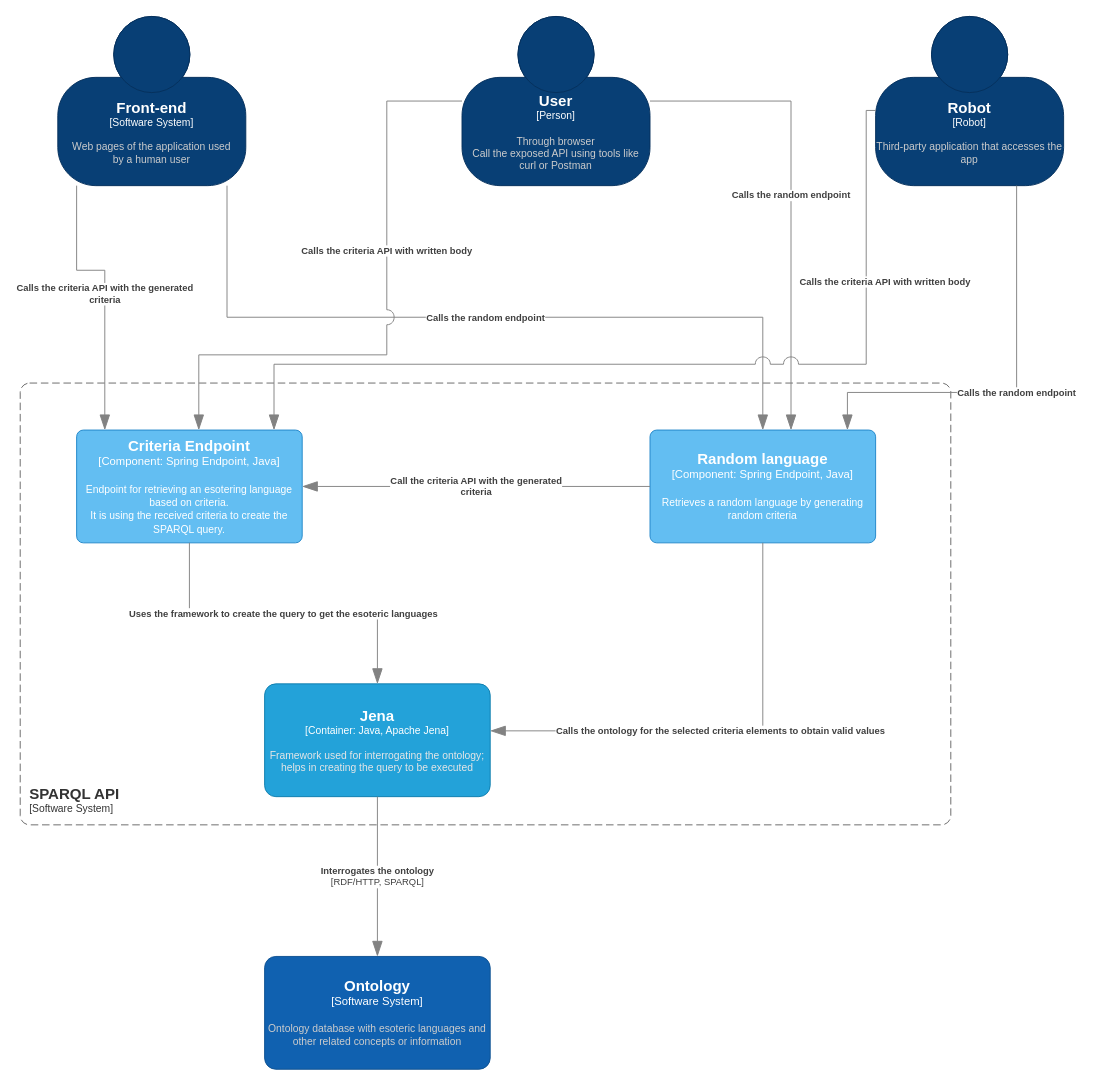
The draw.io diagram documentation/diagrams/sources/c4_third_level_sparql.drawio in RiZZeR99/RiZZeR99.WADeEsotericLanguage.github.io, before the edit. Source tidied: cells renumbered, new cells numbered last; positions are measured from the earlier drawing's top-left corner, leaving out a move shared by most shapes. Both pictures are drawn from the tidied source at 94%, with x=0, y=0 at pixel (20, 16).
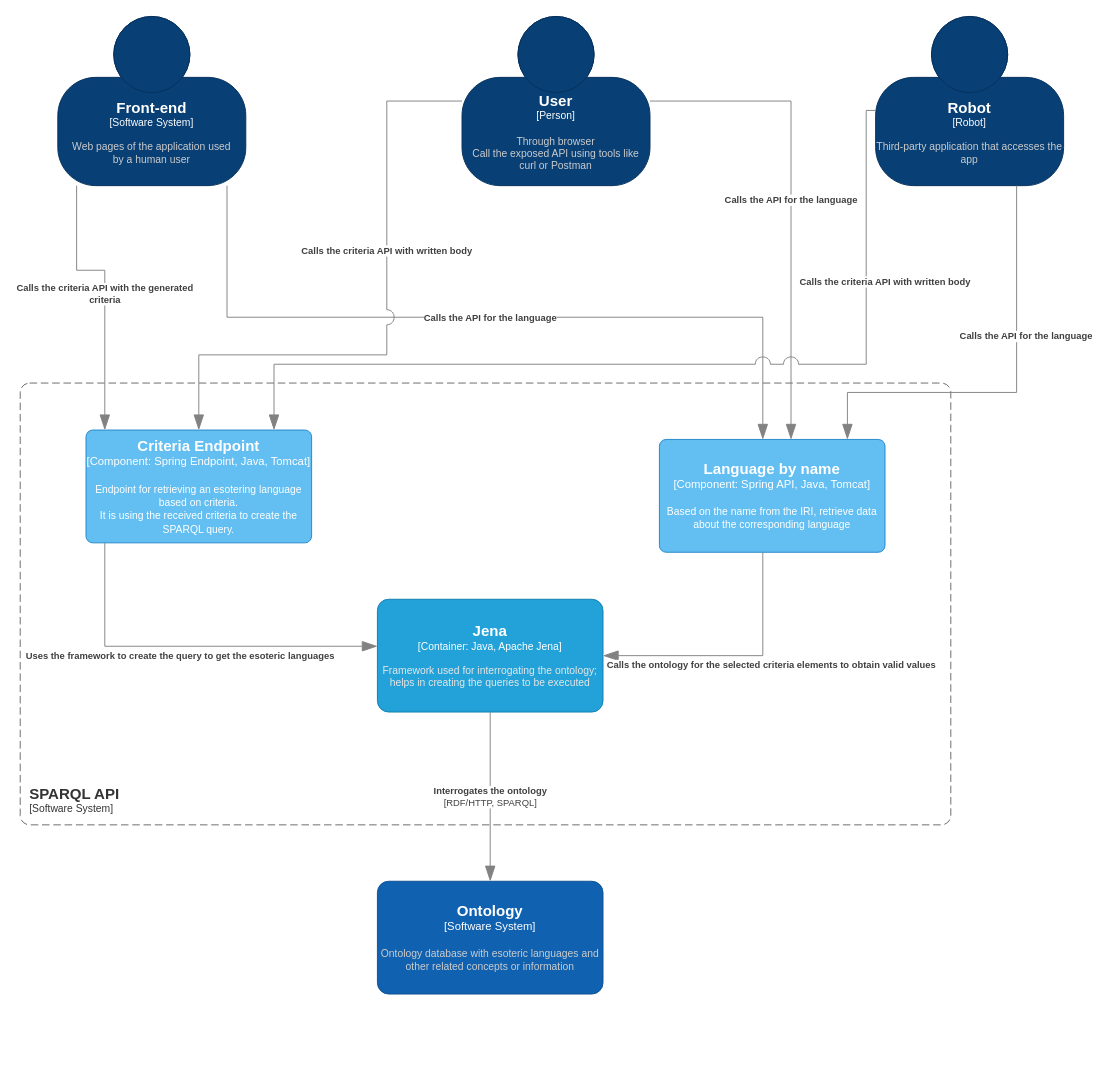
After the change.

Unchanged cells that the change refers to:
```xml
<object id="11" label="&lt;font style=&quot;font-size: 16px&quot;&gt;&lt;b&gt;%c4Name%&lt;/b&gt;&lt;/font&gt;&lt;div&gt;[%c4Type%]&lt;/div&gt;&lt;br&gt;&lt;div&gt;&lt;font style=&quot;font-size: 11px&quot;&gt;&lt;font color=&quot;#cccccc&quot;&gt;%c4Description%&lt;/font&gt;&lt;/div&gt;" c4Description="Third-party application that accesses the app" c4Name="Robot" c4Type="Robot" placeholders="1">
  <mxCell style="html=1;fontSize=11;dashed=0;whiteSpace=wrap;fillColor=#083F75;strokeColor=#06315C;fontColor=#ffffff;shape=mxgraph.c4.person2;align=center;points=[[0.5,0,0],[1,0.5,0],[1,0.75,0],[0.75,1,0],[0.5,1,0],[0.25,1,0],[0,0.75,0],[0,0.5,0]];" parent="1" vertex="1">
    <mxGeometry x="910" width="200" height="180" as="geometry" />
  </mxCell>
</object>
<object id="12" label="&lt;font style=&quot;font-size: 16px&quot;&gt;&lt;b&gt;%c4Name%&lt;/b&gt;&lt;/font&gt;&lt;div&gt;[%c4Type%]&lt;/div&gt;&lt;br&gt;&lt;div&gt;&lt;font style=&quot;font-size: 11px&quot;&gt;&lt;font color=&quot;#cccccc&quot;&gt;%c4Description%&lt;/font&gt;&lt;/div&gt;" c4Description="Web pages of the application used &#10;by a human user" c4Name="Front-end" c4Type="Software System" placeholders="1">
  <mxCell style="html=1;fontSize=11;dashed=0;whiteSpace=wrap;fillColor=#083F75;strokeColor=#06315C;fontColor=#ffffff;shape=mxgraph.c4.person2;align=center;points=[[0.5,0,0],[1,0.5,0],[1,0.75,0],[0.75,1,0],[0.5,1,0],[0.25,1,0],[0,0.75,0],[0,0.5,0]];" parent="1" vertex="1">
    <mxGeometry x="40" width="200" height="180" as="geometry" />
  </mxCell>
</object>
<object id="13" label="&lt;font style=&quot;font-size: 16px&quot;&gt;&lt;b&gt;%c4Name%&lt;/b&gt;&lt;/font&gt;&lt;div&gt;[%c4Type%]&lt;/div&gt;&lt;br&gt;&lt;div&gt;&lt;font style=&quot;font-size: 11px&quot;&gt;&lt;font color=&quot;#cccccc&quot;&gt;%c4Description%&lt;/font&gt;&lt;/div&gt;" c4Description="Through browser&#10;Call the exposed API using tools like curl or Postman" c4Name="User" c4Type="Person" placeholders="1">
  <mxCell style="html=1;fontSize=11;dashed=0;whiteSpace=wrap;fillColor=#083F75;strokeColor=#06315C;fontColor=#ffffff;shape=mxgraph.c4.person2;align=center;points=[[0.5,0,0],[1,0.5,0],[1,0.75,0],[0.75,1,0],[0.5,1,0],[0.25,1,0],[0,0.75,0],[0,0.5,0]];" parent="1" vertex="1">
    <mxGeometry x="470" width="200" height="180" as="geometry" />
  </mxCell>
</object>
```

Diff of the diagram source:
```diff
@@
     <object id="3" label="&lt;font style=&quot;font-size: 16px&quot;&gt;&lt;b&gt;%c4Name%&lt;/b&gt;&lt;/font&gt;&lt;div&gt;[%c4Type%]&lt;/div&gt;&lt;br&gt;&lt;div&gt;&lt;font style=&quot;font-size: 11px&quot;&gt;&lt;font color=&quot;#cccccc&quot;&gt;%c4Description%&lt;/font&gt;&lt;/div&gt;" c4Description="Ontology database with esoteric languages and other related concepts or information" c4Name="Ontology" c4Type="Software System" placeholders="1">
       <mxCell style="rounded=1;whiteSpace=wrap;html=1;labelBackgroundColor=none;fillColor=#1061B0;fontColor=#ffffff;align=center;arcSize=10;strokeColor=#0D5091;points=[[0.25,0,0],[0.5,0,0],[0.75,0,0],[1,0.25,0],[1,0.5,0],[1,0.75,0],[0.75,1,0],[0.5,1,0],[0.25,1,0],[0,0.75,0],[0,0.5,0],[0,0.25,0]];" parent="1" vertex="1">
-        <mxGeometry x="260" y="1000" width="240" height="120" as="geometry" />
+        <mxGeometry x="380" y="920" width="240" height="120" as="geometry" />
       </mxCell>
     </object>
-    <object id="4" label="&lt;font style=&quot;font-size: 16px&quot;&gt;&lt;b&gt;%c4Name%&lt;/b&gt;&lt;/font&gt;&lt;div&gt;[%c4Type%: %c4Technology%]&lt;/div&gt;&lt;br&gt;&lt;div&gt;&lt;font style=&quot;font-size: 11px&quot;&gt;&lt;font color=&quot;#E6E6E6&quot;&gt;%c4Description%&lt;/font&gt;&lt;/div&gt;" c4Description="Framework used for interrogating the ontology; helps in creating the query to be executed" c4Name="Jena" c4Technology="Java, Apache Jena" c4Type="Container" placeholders="1">
+    <object id="4" label="&lt;font style=&quot;font-size: 16px&quot;&gt;&lt;b&gt;%c4Name%&lt;/b&gt;&lt;/font&gt;&lt;div&gt;[%c4Type%: %c4Technology%]&lt;/div&gt;&lt;br&gt;&lt;div&gt;&lt;font style=&quot;font-size: 11px&quot;&gt;&lt;font color=&quot;#E6E6E6&quot;&gt;%c4Description%&lt;/font&gt;&lt;/div&gt;" c4Description="Framework used for interrogating the ontology; helps in creating the queries to be executed" c4Name="Jena" c4Technology="Java, Apache Jena" c4Type="Container" placeholders="1">
       <mxCell style="rounded=1;whiteSpace=wrap;html=1;fontSize=11;labelBackgroundColor=none;fillColor=#23A2D9;fontColor=#ffffff;align=center;arcSize=10;strokeColor=#0E7DAD;points=[[0.25,0,0],[0.5,0,0],[0.75,0,0],[1,0.25,0],[1,0.5,0],[1,0.75,0],[0.75,1,0],[0.5,1,0],[0.25,1,0],[0,0.75,0],[0,0.5,0],[0,0.25,0]];" parent="1" vertex="1">
-        <mxGeometry x="260" y="710" width="240" height="120" as="geometry" />
+        <mxGeometry x="380" y="620" width="240" height="120" as="geometry" />
       </mxCell>
     </object>
@@
-    <object id="6" label="&lt;font style=&quot;font-size: 16px&quot;&gt;&lt;b&gt;%c4Name%&lt;/b&gt;&lt;/font&gt;&lt;div&gt;[%c4Type%: %c4Technology%]&lt;/div&gt;&lt;br&gt;&lt;div&gt;&lt;font style=&quot;font-size: 11px&quot;&gt;%c4Description%&lt;/font&gt;&lt;/div&gt;" c4Description="Endpoint for retrieving an esotering language based on criteria.&#10;It is using the received criteria to create the SPARQL query." c4Name="Criteria Endpoint" c4Technology="Spring Endpoint, Java" c4Type="Component" placeholders="1">
+    <object id="6" label="&lt;font style=&quot;font-size: 16px&quot;&gt;&lt;b&gt;%c4Name%&lt;/b&gt;&lt;/font&gt;&lt;div&gt;[%c4Type%: %c4Technology%]&lt;/div&gt;&lt;br&gt;&lt;div&gt;&lt;font style=&quot;font-size: 11px&quot;&gt;%c4Description%&lt;/font&gt;&lt;/div&gt;" c4Description="Endpoint for retrieving an esotering language based on criteria.&#10;It is using the received criteria to create the SPARQL query." c4Name="Criteria Endpoint" c4Technology="Spring Endpoint, Java, Tomcat" c4Type="Component" placeholders="1">
       <mxCell style="rounded=1;whiteSpace=wrap;html=1;labelBackgroundColor=none;fillColor=#63BEF2;fontColor=#ffffff;align=center;arcSize=6;strokeColor=#2086C9;points=[[0.25,0,0],[0.5,0,0],[0.75,0,0],[1,0.25,0],[1,0.5,0],[1,0.75,0],[0.75,1,0],[0.5,1,0],[0.25,1,0],[0,0.75,0],[0,0.5,0],[0,0.25,0]];" parent="1" vertex="1">
-        <mxGeometry x="60" y="440" width="240" height="120" as="geometry" />
+        <mxGeometry x="70" y="440" width="240" height="120" as="geometry" />
       </mxCell>
     </object>
-    <object id="7" label="&lt;font style=&quot;font-size: 16px&quot;&gt;&lt;b&gt;%c4Name%&lt;/b&gt;&lt;/font&gt;&lt;div&gt;[%c4Type%: %c4Technology%]&lt;/div&gt;&lt;br&gt;&lt;div&gt;&lt;font style=&quot;font-size: 11px&quot;&gt;%c4Description%&lt;/font&gt;&lt;/div&gt;" c4Description="Retrieves a random language by generating random criteria" c4Name="Random language" c4Technology="Spring Endpoint, Java" c4Type="Component" placeholders="1">
+    <object id="7" label="&lt;font style=&quot;font-size: 16px&quot;&gt;&lt;b&gt;%c4Name%&lt;/b&gt;&lt;/font&gt;&lt;div&gt;[%c4Type%: %c4Technology%]&lt;/div&gt;&lt;br&gt;&lt;div&gt;&lt;font style=&quot;font-size: 11px&quot;&gt;%c4Description%&lt;/font&gt;&lt;/div&gt;" c4Description="Based on the name from the IRI, retrieve data about the corresponding language" c4Name="Language by name" c4Technology="Spring API, Java, Tomcat" c4Type="Component" placeholders="1">
       <mxCell style="rounded=1;whiteSpace=wrap;html=1;labelBackgroundColor=none;fillColor=#63BEF2;fontColor=#ffffff;align=center;arcSize=6;strokeColor=#2086C9;points=[[0.25,0,0],[0.5,0,0],[0.75,0,0],[1,0.25,0],[1,0.5,0],[1,0.75,0],[0.75,1,0],[0.5,1,0],[0.25,1,0],[0,0.75,0],[0,0.5,0],[0,0.25,0]];" parent="1" vertex="1">
-        <mxGeometry x="670" y="440" width="240" height="120" as="geometry" />
+        <mxGeometry x="680" y="450" width="240" height="120" as="geometry" />
       </mxCell>
     </object>
-    <object id="8" label="&lt;div style=&quot;text-align: left&quot;&gt;&lt;div style=&quot;text-align: center&quot;&gt;&lt;b&gt;%c4Description%&lt;/b&gt;&lt;/div&gt;" c4Description="Call the criteria API with the generated&#10;criteria" placeholders="1">
-      <mxCell style="endArrow=blockThin;html=1;fontSize=10;fontColor=#404040;strokeWidth=1;endFill=1;strokeColor=#828282;elbow=vertical;endSize=14;startSize=14;jumpStyle=arc;jumpSize=16;rounded=0;edgeStyle=orthogonalEdgeStyle;" parent="1" edge="1" source="7" target="6">
-        <mxGeometry relative="1" as="geometry" />
-      </mxCell>
-    </object>
     <object id="9" label="&lt;div style=&quot;text-align: left&quot;&gt;&lt;div style=&quot;text-align: center&quot;&gt;&lt;b&gt;%c4Description%&lt;/b&gt;&lt;/div&gt;" c4Description="Calls the ontology for the selected criteria elements to obtain valid values" placeholders="1">
       <mxCell style="endArrow=blockThin;html=1;fontSize=10;fontColor=#404040;strokeWidth=1;endFill=1;strokeColor=#828282;elbow=vertical;endSize=14;startSize=14;jumpStyle=arc;jumpSize=16;rounded=0;edgeStyle=orthogonalEdgeStyle;" parent="1" edge="1" source="7" target="4">
-        <mxGeometry relative="1" as="geometry">
+        <mxGeometry x="-0.21" y="14" relative="1" as="geometry">
           <Array as="points">
-            <mxPoint x="790" y="760" />
+            <mxPoint x="790" y="680" />
           </Array>
+          <mxPoint x="10" y="-4" as="offset" />
         </mxGeometry>
       </mxCell>
     </object>
     <object id="10" label="&lt;div style=&quot;text-align: left&quot;&gt;&lt;div style=&quot;text-align: center&quot;&gt;&lt;b&gt;%c4Description%&lt;/b&gt;&lt;/div&gt;" c4Description="Uses the framework to create the query to get the esoteric languages" placeholders="1">
       <mxCell style="endArrow=blockThin;html=1;fontSize=10;fontColor=#404040;strokeWidth=1;endFill=1;strokeColor=#828282;elbow=vertical;endSize=14;startSize=14;jumpStyle=arc;jumpSize=16;rounded=0;edgeStyle=orthogonalEdgeStyle;" parent="1" edge="1" source="6" target="4">
-        <mxGeometry relative="1" as="geometry" />
+        <mxGeometry x="-0.05" y="-10" relative="1" as="geometry">
+          <Array as="points">
+            <mxPoint x="90" y="670" />
+          </Array>
+        </mxGeometry>
       </mxCell>
     </object>
@@
-    <object id="14" label="&lt;div style=&quot;text-align: left&quot;&gt;&lt;div style=&quot;text-align: center&quot;&gt;&lt;b&gt;%c4Description%&lt;/b&gt;&lt;/div&gt;" c4Description="Calls the random endpoint" placeholders="1">
+    <object id="14" label="&lt;div style=&quot;text-align: left&quot;&gt;&lt;div style=&quot;text-align: center&quot;&gt;&lt;b&gt;%c4Description%&lt;/b&gt;&lt;/div&gt;" c4Description="Calls the API for the language" placeholders="1">
       <mxCell style="endArrow=blockThin;html=1;fontSize=10;fontColor=#404040;strokeWidth=1;endFill=1;strokeColor=#828282;elbow=vertical;endSize=14;startSize=14;jumpStyle=arc;jumpSize=16;rounded=0;edgeStyle=orthogonalEdgeStyle;" parent="1" edge="1" source="12" target="7">
         <mxGeometry relative="1" as="geometry">
           <Array as="points">
             <mxPoint x="220" y="320" />
             <mxPoint x="790" y="320" />
           </Array>
         </mxGeometry>
       </mxCell>
     </object>
@@
-    <object id="16" label="&lt;div style=&quot;text-align: left&quot;&gt;&lt;div style=&quot;text-align: center&quot;&gt;&lt;b&gt;%c4Description%&lt;/b&gt;&lt;/div&gt;" c4Description="Calls the random endpoint " placeholders="1">
+    <object id="16" label="&lt;div style=&quot;text-align: left&quot;&gt;&lt;div style=&quot;text-align: center&quot;&gt;&lt;b&gt;%c4Description%&lt;/b&gt;&lt;/div&gt;" c4Description="Calls the API for the language" placeholders="1">
       <mxCell style="endArrow=blockThin;html=1;fontSize=10;fontColor=#404040;strokeWidth=1;endFill=1;strokeColor=#828282;elbow=vertical;endSize=14;startSize=14;jumpStyle=arc;jumpSize=16;rounded=0;edgeStyle=orthogonalEdgeStyle;" parent="1" edge="1" source="13" target="7">
         <mxGeometry relative="1" as="geometry">
           <Array as="points">
             <mxPoint x="820" y="90" />
           </Array>
         </mxGeometry>
       </mxCell>
     </object>
@@
-    <object id="19" label="&lt;div style=&quot;text-align: left&quot;&gt;&lt;div style=&quot;text-align: center&quot;&gt;&lt;b&gt;%c4Description%&lt;/b&gt;&lt;/div&gt;" c4Description="Calls the random endpoint " placeholders="1">
+    <object id="19" label="&lt;div style=&quot;text-align: left&quot;&gt;&lt;div style=&quot;text-align: center&quot;&gt;&lt;b&gt;%c4Description%&lt;/b&gt;&lt;/div&gt;" c4Description="Calls the API for the language" placeholders="1">
       <mxCell style="endArrow=blockThin;html=1;fontSize=10;fontColor=#404040;strokeWidth=1;endFill=1;strokeColor=#828282;elbow=vertical;endSize=14;startSize=14;jumpStyle=arc;jumpSize=16;rounded=0;edgeStyle=orthogonalEdgeStyle;" parent="1" edge="1" source="11" target="7">
-        <mxGeometry relative="1" as="geometry">
+        <mxGeometry x="-0.29" y="10" relative="1" as="geometry">
           <Array as="points">
             <mxPoint x="1060" y="400" />
             <mxPoint x="880" y="400" />
           </Array>
         </mxGeometry>
       </mxCell>
     </object>
```
